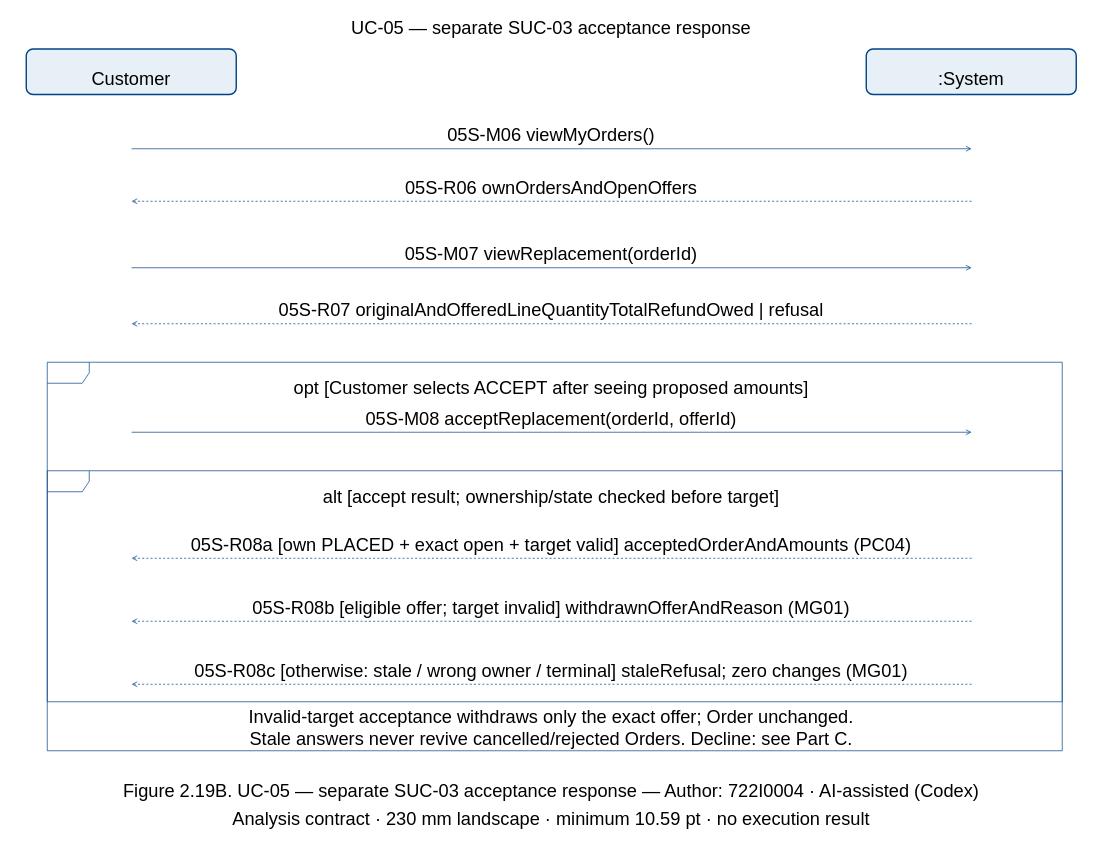
Dat071104/SaigonBite keeps this draw.io diagram as page "UC-05 — separate SUC-03 acceptance response" (2 of 3) of models/UC-05/ssd_uc05.drawio. Above is the earlier version. Source tidied: cells renumbered, new cells numbered last; positions are measured from the earlier drawing's top-left corner, leaving out a move shared by most shapes. Both pictures are drawn from the tidied source at 70%, with x=0, y=0 at pixel (12, 12).
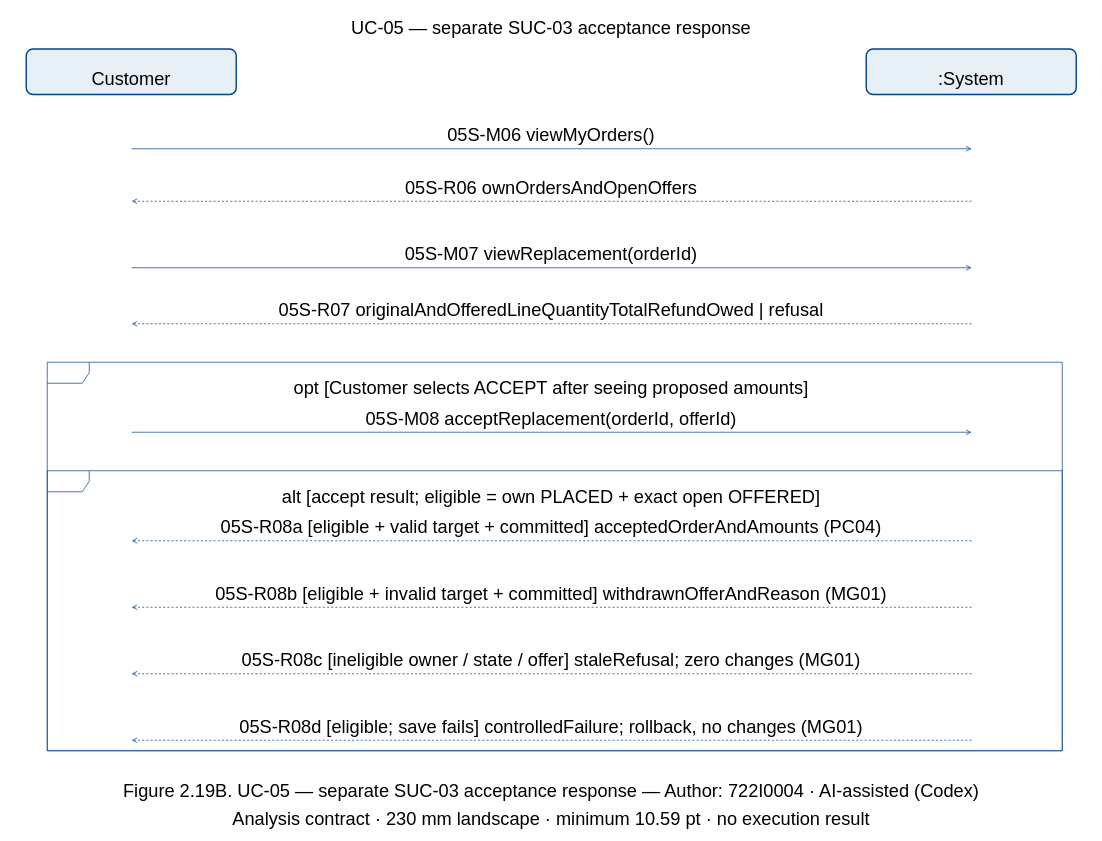
The same diagram, later.

Change to the diagram source:
```diff
@@
     <mxCell id="33" style="shape=umlFrame;fillColor=none;strokeColor=#004387;fontFamily=Arial;fontSize=26;html=0;whiteSpace=wrap;" parent="1" vertex="1">
-      <mxGeometry x="50" y="655" width="1450" height="330" as="geometry" />
+      <mxGeometry x="50" y="655" width="1450" height="400" as="geometry" />
     </mxCell>
-    <mxCell id="34" value="alt [accept result; ownership/state checked before target]" style="text;strokeColor=none;fillColor=none;align=center;fontFamily=Arial;fontSize=26;html=0;whiteSpace=wrap;" parent="1" vertex="1">
+    <mxCell id="34" value="alt [accept result; eligible = own PLACED + exact open OFFERED]" style="text;strokeColor=none;fillColor=none;align=center;fontFamily=Arial;fontSize=26;html=0;whiteSpace=wrap;" parent="1" vertex="1">
       <mxGeometry x="120" y="670" width="1300" height="30.7" as="geometry" />
     </mxCell>
     <mxCell id="35" style="shape=line;strokeColor=#004387;strokeWidth=2;dashed=1;" parent="1" vertex="1">
-      <mxGeometry x="50" y="800" width="1450" as="geometry" />
+      <mxGeometry x="50" y="775" width="1450" as="geometry" />
     </mxCell>
     <mxCell id="36" style="shape=line;strokeColor=#004387;strokeWidth=2;dashed=1;" parent="1" vertex="1">
-      <mxGeometry x="50" y="890" width="1450" as="geometry" />
+      <mxGeometry x="50" y="870" width="1450" as="geometry" />
     </mxCell>
-    <mxCell id="37" value="05S-R08a [own PLACED + exact open + target valid] acceptedOrderAndAmounts (PC04)" style="text;strokeColor=none;fillColor=none;align=center;fontFamily=Arial;fontSize=26;html=0;whiteSpace=wrap;" parent="1" vertex="1">
-      <mxGeometry x="210" y="739.3" width="1120" height="30.7" as="geometry" />
-    </mxCell>
+    <mxCell id="50" style="shape=line;strokeColor=#004387;strokeWidth=2;dashed=1;" parent="1" vertex="1">
+      <mxGeometry x="50" y="965" width="1450" as="geometry" />
+    </mxCell>
+    <mxCell id="41" value="05S-R08a [eligible + valid target + committed] acceptedOrderAndAmounts (PC04)" style="text;strokeColor=none;fillColor=none;align=center;fontFamily=Arial;fontSize=26;html=0;whiteSpace=wrap;" parent="1" vertex="1">
+      <mxGeometry x="210" y="714.3" width="1120" height="30.7" as="geometry" />
+    </mxCell>
     <mxCell id="38" style="opacity=0;strokeColor=none;fillColor=none;fontFamily=Arial;fontSize=26;html=0;whiteSpace=wrap;" parent="1" vertex="1">
-      <mxGeometry x="169.5" y="779.5" width="1" height="1" as="geometry" />
+      <mxGeometry x="169.5" y="754.5" width="1" height="1" as="geometry" />
     </mxCell>
     <mxCell id="39" style="opacity=0;strokeColor=none;fillColor=none;fontFamily=Arial;fontSize=26;html=0;whiteSpace=wrap;" parent="1" vertex="1">
-      <mxGeometry x="1369.5" y="779.5" width="1" height="1" as="geometry" />
+      <mxGeometry x="1369.5" y="754.5" width="1" height="1" as="geometry" />
     </mxCell>
@@
-    <mxCell id="41" value="05S-R08b [eligible offer; target invalid] withdrawnOfferAndReason (MG01)" style="text;strokeColor=none;fillColor=none;align=center;fontFamily=Arial;fontSize=26;html=0;whiteSpace=wrap;" parent="1" vertex="1">
-      <mxGeometry x="210" y="829.3" width="1120" height="30.7" as="geometry" />
-    </mxCell>
+    <mxCell id="45" value="05S-R08b [eligible + invalid target + committed] withdrawnOfferAndReason (MG01)" style="text;strokeColor=none;fillColor=none;align=center;fontFamily=Arial;fontSize=26;html=0;whiteSpace=wrap;" parent="1" vertex="1">
+      <mxGeometry x="210" y="809.3" width="1120" height="30.7" as="geometry" />
+    </mxCell>
     <mxCell id="42" style="opacity=0;strokeColor=none;fillColor=none;fontFamily=Arial;fontSize=26;html=0;whiteSpace=wrap;" parent="1" vertex="1">
-      <mxGeometry x="169.5" y="869.5" width="1" height="1" as="geometry" />
+      <mxGeometry x="169.5" y="849.5" width="1" height="1" as="geometry" />
     </mxCell>
     <mxCell id="43" style="opacity=0;strokeColor=none;fillColor=none;fontFamily=Arial;fontSize=26;html=0;whiteSpace=wrap;" parent="1" vertex="1">
-      <mxGeometry x="1369.5" y="869.5" width="1" height="1" as="geometry" />
+      <mxGeometry x="1369.5" y="849.5" width="1" height="1" as="geometry" />
     </mxCell>
@@
-    <mxCell id="45" value="05S-R08c [otherwise: stale / wrong owner / terminal] staleRefusal; zero changes (MG01)" style="text;strokeColor=none;fillColor=none;align=center;fontFamily=Arial;fontSize=26;html=0;whiteSpace=wrap;" parent="1" vertex="1">
-      <mxGeometry x="210" y="919.3" width="1120" height="30.7" as="geometry" />
-    </mxCell>
+    <mxCell id="49" value="05S-R08c [ineligible owner / state / offer] staleRefusal; zero changes (MG01)" style="text;strokeColor=none;fillColor=none;align=center;fontFamily=Arial;fontSize=26;html=0;whiteSpace=wrap;" parent="1" vertex="1">
+      <mxGeometry x="210" y="904.3" width="1120" height="30.7" as="geometry" />
+    </mxCell>
     <mxCell id="46" style="opacity=0;strokeColor=none;fillColor=none;fontFamily=Arial;fontSize=26;html=0;whiteSpace=wrap;" parent="1" vertex="1">
-      <mxGeometry x="169.5" y="959.5" width="1" height="1" as="geometry" />
+      <mxGeometry x="169.5" y="944.5" width="1" height="1" as="geometry" />
     </mxCell>
     <mxCell id="47" style="opacity=0;strokeColor=none;fillColor=none;fontFamily=Arial;fontSize=26;html=0;whiteSpace=wrap;" parent="1" vertex="1">
-      <mxGeometry x="1369.5" y="959.5" width="1" height="1" as="geometry" />
+      <mxGeometry x="1369.5" y="944.5" width="1" height="1" as="geometry" />
     </mxCell>
@@
-    <mxCell id="49" value="Invalid-target acceptance withdraws only the exact offer; Order unchanged.&#10;Stale answers never revive cancelled/rejected Orders. Decline: see Part C." style="text;strokeColor=none;fillColor=none;align=center;fontFamily=Arial;fontSize=26;html=0;whiteSpace=wrap;" parent="1" vertex="1">
-      <mxGeometry x="110" y="984.7" width="1320" height="61.4" as="geometry" />
-    </mxCell>
+    <mxCell id="51" value="05S-R08d [eligible; save fails] controlledFailure; rollback, no changes (MG01)" style="text;strokeColor=none;fillColor=none;align=center;fontFamily=Arial;fontSize=26;html=0;whiteSpace=wrap;" parent="1" vertex="1">
+      <mxGeometry x="210" y="999.3" width="1120" height="30.7" as="geometry" />
+    </mxCell>
+    <mxCell id="52" style="opacity=0;strokeColor=none;fillColor=none;fontFamily=Arial;fontSize=26;html=0;whiteSpace=wrap;" parent="1" vertex="1">
+      <mxGeometry x="169.5" y="1039.5" width="1" height="1" as="geometry" />
+    </mxCell>
+    <mxCell id="53" style="opacity=0;strokeColor=none;fillColor=none;fontFamily=Arial;fontSize=26;html=0;whiteSpace=wrap;" parent="1" vertex="1">
+      <mxGeometry x="1369.5" y="1039.5" width="1" height="1" as="geometry" />
+    </mxCell>
+    <mxCell id="54" style="edgeStyle=none;exitX=0.5;exitY=0.5;entryX=0.5;entryY=0.5;endArrow=open;strokeColor=#004387;dashed=1;" parent="1" edge="1" source="53" target="52">
+      <mxGeometry relative="1" as="geometry" />
+    </mxCell>
```
